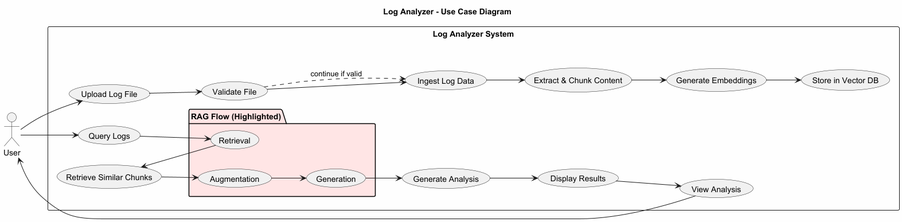
Before: documents/log_analyzer_use_case_diagram.png, a diagram exported from PlantUML (dsdebayan/log_analyzer).
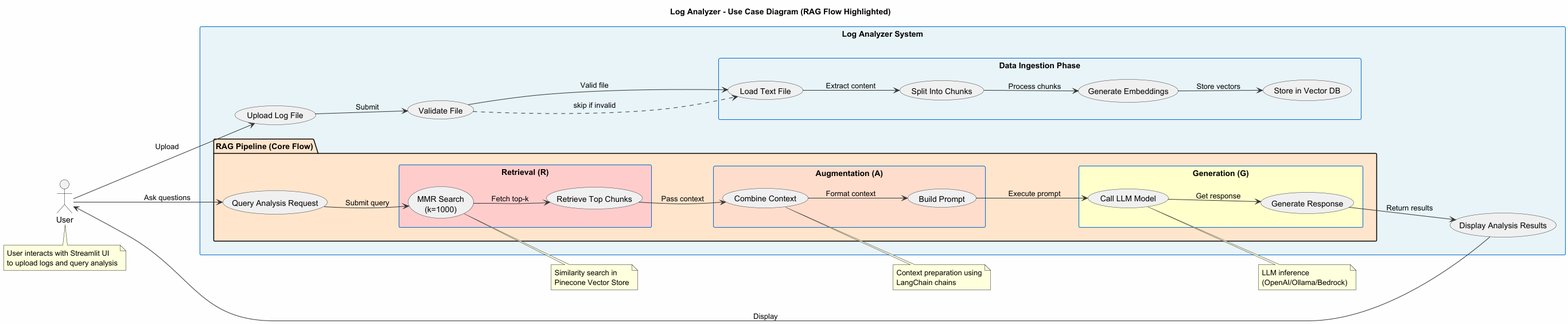
The same diagram one commit later.

The edit, as a diff of the source:
```diff
@@ -1,8 +1,15 @@
 @startuml log_analyzer_usecase
-title Log Analyzer - Use Case Diagram
+title Log Analyzer - Use Case Diagram (RAG Flow Highlighted)
 skinparam backgroundColor #FEFEFE
-skinparam classBackgroundColor #F0F0F0
-skinparam classBorderColor #333333
+skinparam usecase {
+    BackgroundColor #F0F0F0
+    BorderColor #333333
+    ArrowColor #333333
+}
+skinparam rectangle {
+    BackgroundColor #E8F4F8
+    BorderColor #0066CC
+}
 
 left to right direction
 
@@ -11,40 +18,73 @@
 rectangle "Log Analyzer System" {
     usecase "Upload Log File" as UC1
     usecase "Validate File" as UC2
-    usecase "Ingest Log Data" as UC3
-    usecase "Extract & Chunk Content" as UC4
-    usecase "Generate Embeddings" as UC5
-    usecase "Store in Vector DB" as UC6
-    usecase "Query Logs" as UC7
-    usecase "Retrieve Similar Chunks" as UC8
-    usecase "Generate Analysis" as UC9
-    usecase "Display Results" as UC10
-    usecase "View Analysis" as UC11
 
-    package "RAG Flow (Highlighted)" #FFE5E5 {
-        usecase "Retrieval" as RAG_R
-        usecase "Augmentation" as RAG_A
-        usecase "Generation" as RAG_G
+    rectangle "Data Ingestion Phase" {
+        usecase "Load Text File" as UC3
+        usecase "Split Into Chunks" as UC4
+        usecase "Generate Embeddings" as UC5
+        usecase "Store in Vector DB" as UC6
     }
+
+    package "RAG Pipeline (Core Flow)" #FFE5CC {
+        usecase "Query Analysis Request" as UC7
+
+        rectangle "Retrieval (R)" #FFCCCC {
+            usecase "MMR Search\n(k=1000)" as RAG_R
+            usecase "Retrieve Top Chunks" as RAG_R2
+        }
+
+        rectangle "Augmentation (A)" #FFDDCC {
+            usecase "Combine Context" as RAG_A
+            usecase "Build Prompt" as RAG_A2
+        }
+
+        rectangle "Generation (G)" #FFFFCC {
+            usecase "Call LLM Model" as RAG_G
+            usecase "Generate Response" as RAG_G2
+        }
+    }
+
+    usecase "Display Analysis Results" as UC8
 }
 
-User --> UC1
-UC1 --> UC2
-UC2 --> UC3
-UC3 --> UC4
-UC4 --> UC5
-UC5 --> UC6
+User --> UC1 : Upload
+UC1 --> UC2 : Submit
+UC2 --> UC3 : Valid file
+UC3 --> UC4 : Extract content
+UC4 --> UC5 : Process chunks
+UC5 --> UC6 : Store vectors
 
-User --> UC7
-UC7 --> RAG_R
-RAG_R --> UC8
-UC8 --> RAG_A
-RAG_A --> RAG_G
-RAG_G --> UC9
-UC9 --> UC10
-UC10 --> UC11
-UC11 --> User
+User --> UC7 : Ask questions
+UC7 --> RAG_R : Submit query
+RAG_R --> RAG_R2 : Fetch top-k
+RAG_R2 --> RAG_A : Pass context
+RAG_A --> RAG_A2 : Format context
+RAG_A2 --> RAG_G : Execute prompt
+RAG_G --> RAG_G2 : Get response
+RAG_G2 --> UC8 : Return results
+UC8 --> User : Display
 
-UC2 -.-> UC3 : continue if valid
+UC2 -.-> UC3 : skip if invalid
+
+note bottom of User
+  User interacts with Streamlit UI
+  to upload logs and query analysis
+end note
+
+note right of RAG_R
+  Similarity search in
+  Pinecone Vector Store
+end note
+
+note right of RAG_A
+  Context preparation using
+  LangChain chains
+end note
+
+note right of RAG_G
+  LLM inference
+  (OpenAI/Ollama/Bedrock)
+end note
 
 @enduml
```
